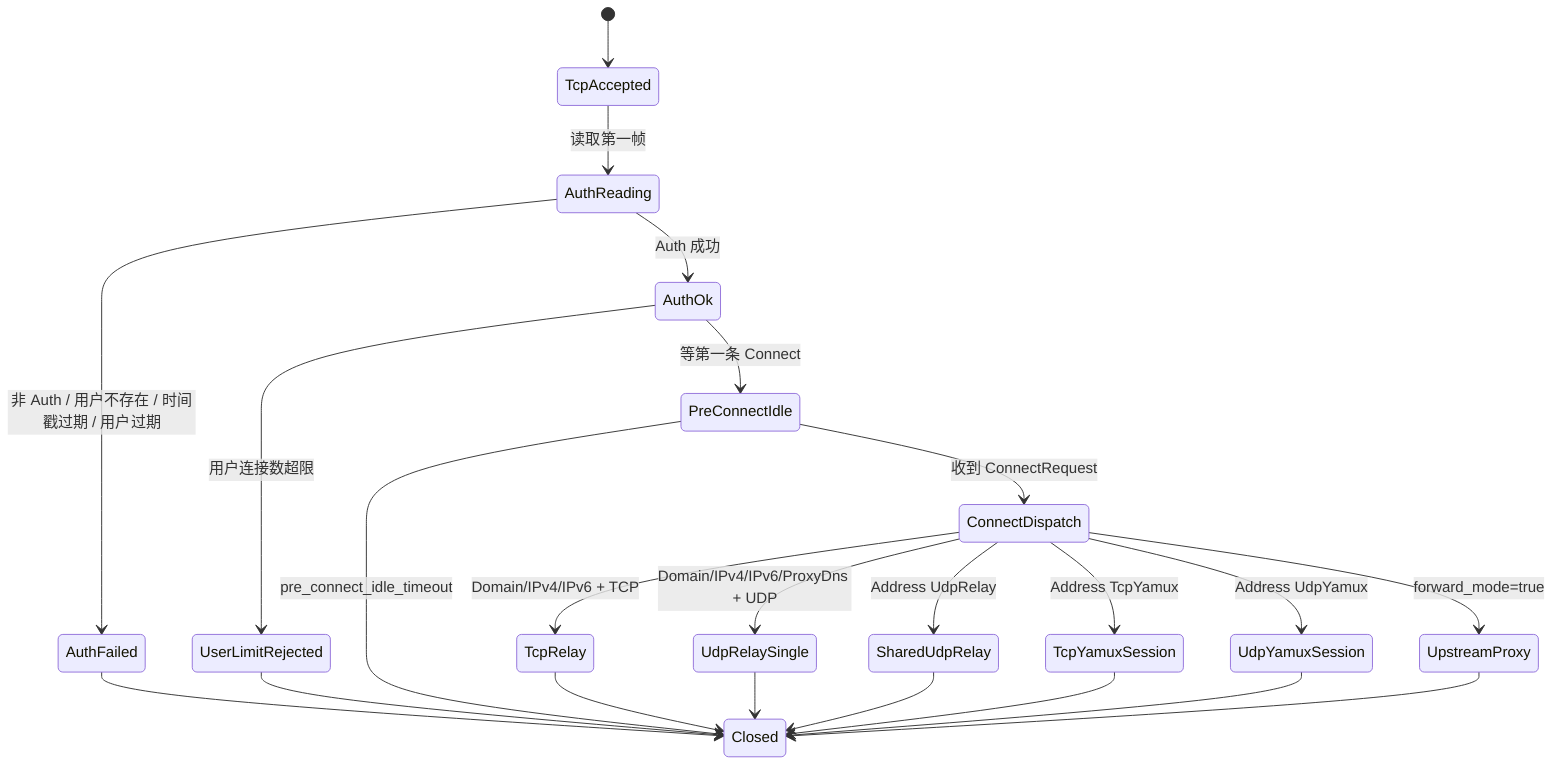
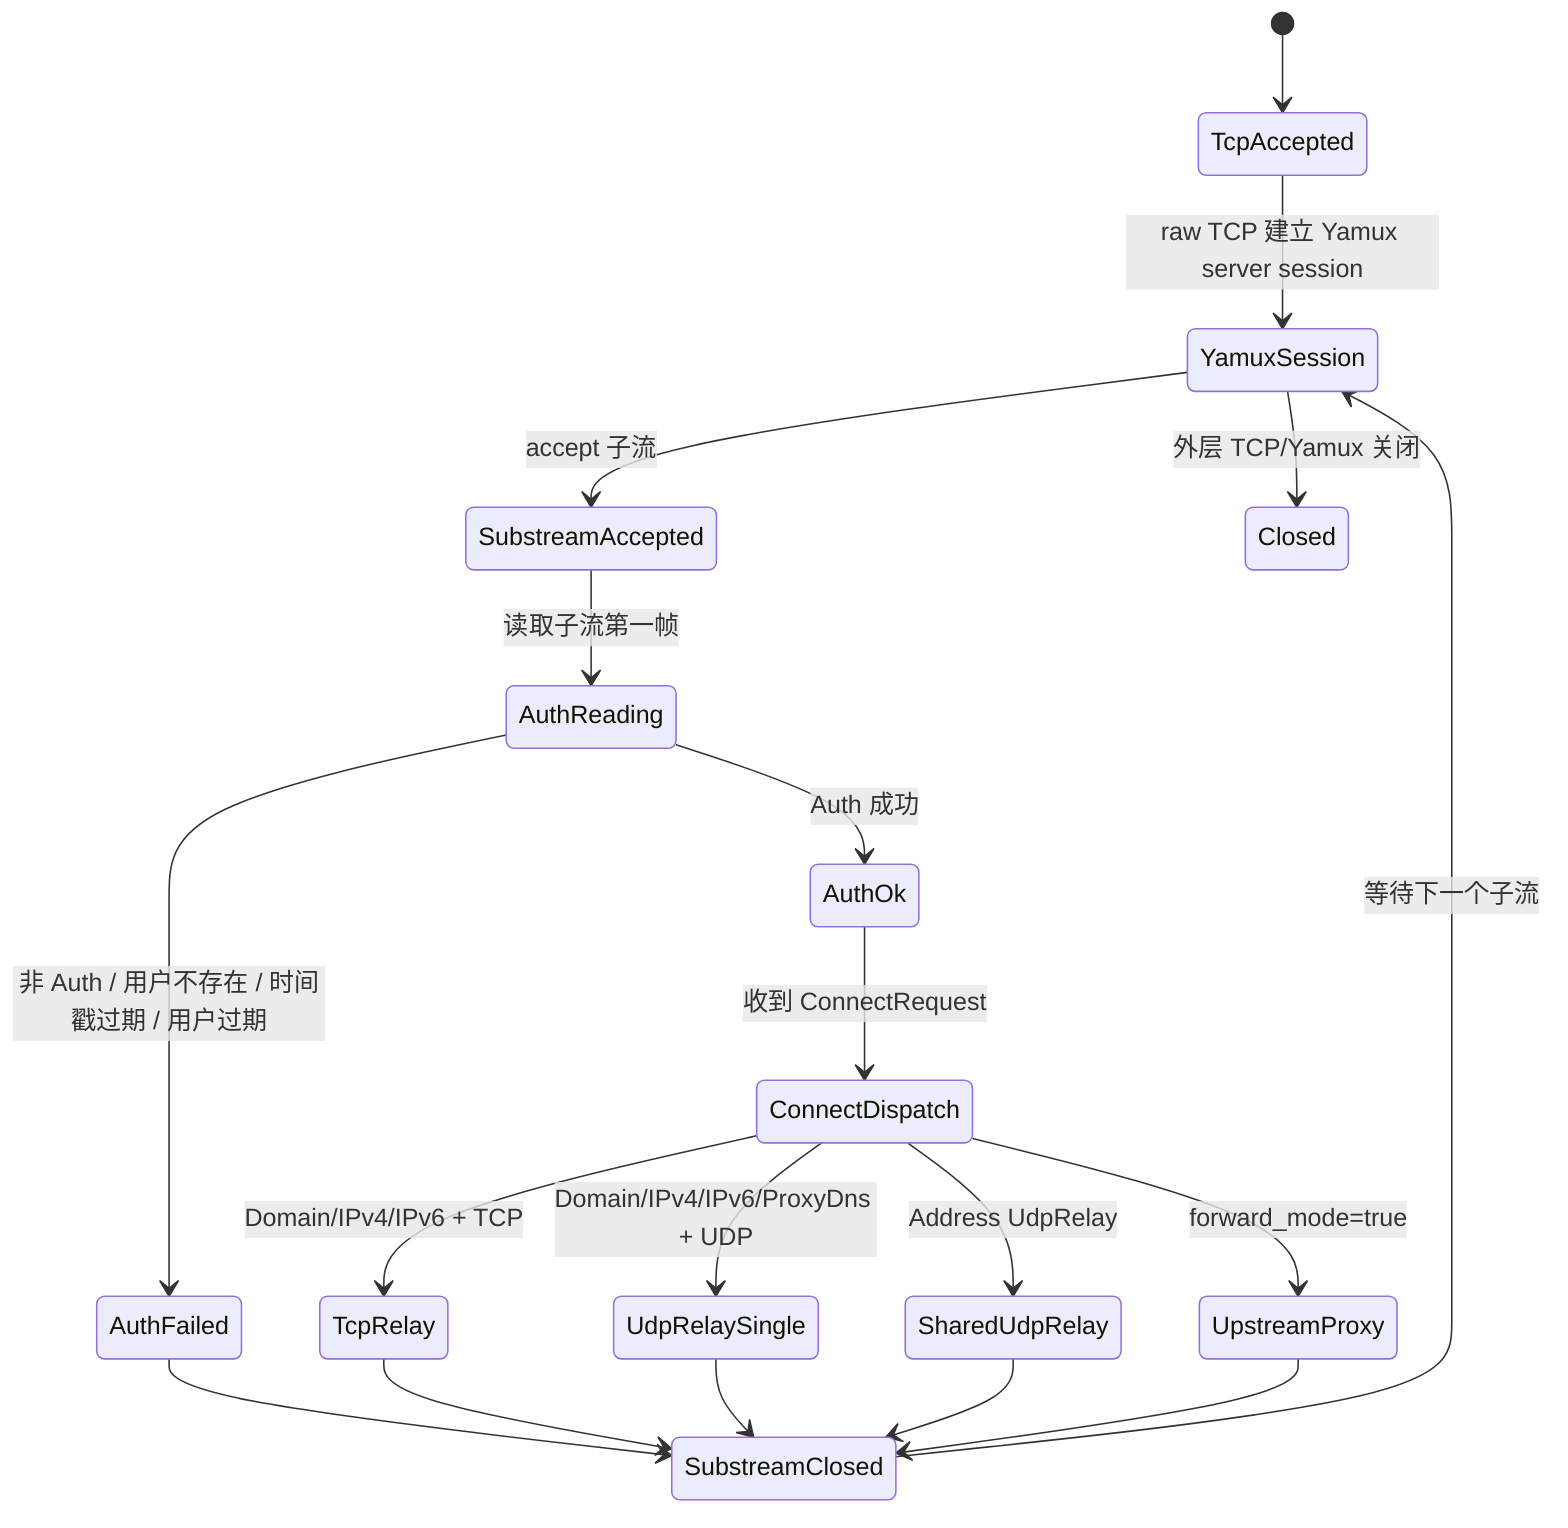
stateDiagram-v2
    [*] --> TcpAccepted
-     TcpAccepted --> AuthReading: 读取第一帧
+     TcpAccepted --> YamuxSession: raw TCP 建立 Yamux server session
+     YamuxSession --> SubstreamAccepted: accept 子流
+     SubstreamAccepted --> AuthReading: 读取子流第一帧
    AuthReading --> AuthFailed: 非 Auth / 用户不存在 / 时间戳过期 / 用户过期
-     AuthFailed --> Closed
+     AuthFailed --> SubstreamClosed
    AuthReading --> AuthOk: Auth 成功
-     AuthOk --> UserLimitRejected: 用户连接数超限
-     UserLimitRejected --> Closed
-     AuthOk --> PreConnectIdle: 等第一条 Connect
-     PreConnectIdle --> Closed: pre_connect_idle_timeout
-     PreConnectIdle --> ConnectDispatch: 收到 ConnectRequest
+     AuthOk --> ConnectDispatch: 收到 ConnectRequest
    ConnectDispatch --> TcpRelay: Domain/IPv4/IPv6 + TCP
    ConnectDispatch --> UdpRelaySingle: Domain/IPv4/IPv6/ProxyDns + UDP
    ConnectDispatch --> SharedUdpRelay: Address UdpRelay
-     ConnectDispatch --> TcpYamuxSession: Address TcpYamux
-     ConnectDispatch --> UdpYamuxSession: Address UdpYamux
    ConnectDispatch --> UpstreamProxy: forward_mode=true
-     TcpRelay --> Closed
-     UdpRelaySingle --> Closed
-     SharedUdpRelay --> Closed
-     TcpYamuxSession --> Closed
-     UdpYamuxSession --> Closed
-     UpstreamProxy --> Closed
+     TcpRelay --> SubstreamClosed
+     UdpRelaySingle --> SubstreamClosed
+     SharedUdpRelay --> SubstreamClosed
+     UpstreamProxy --> SubstreamClosed
+     SubstreamClosed --> YamuxSession: 等待下一个子流
+     YamuxSession --> Closed: 外层 TCP/Yamux 关闭
